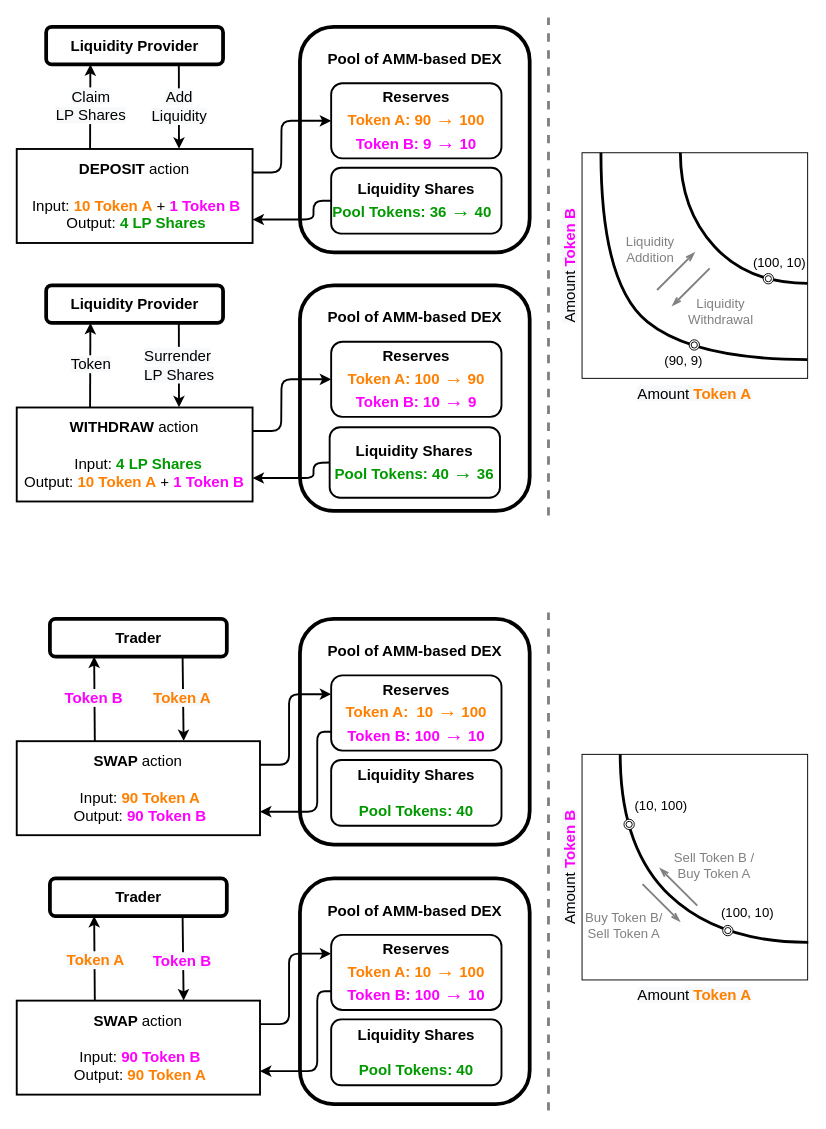
The draw.io diagram page "Page-2" (2 of 2) of assets/AMM mechanism.drawio in xujiahuayz/bondingcurves, before the edit. Source tidied: cells renumbered, new cells numbered last; positions are measured from the earlier drawing's top-left corner, leaving out a move shared by most shapes. Both pictures are drawn from the tidied source at 94%, with x=0, y=0 at pixel (16, 17).
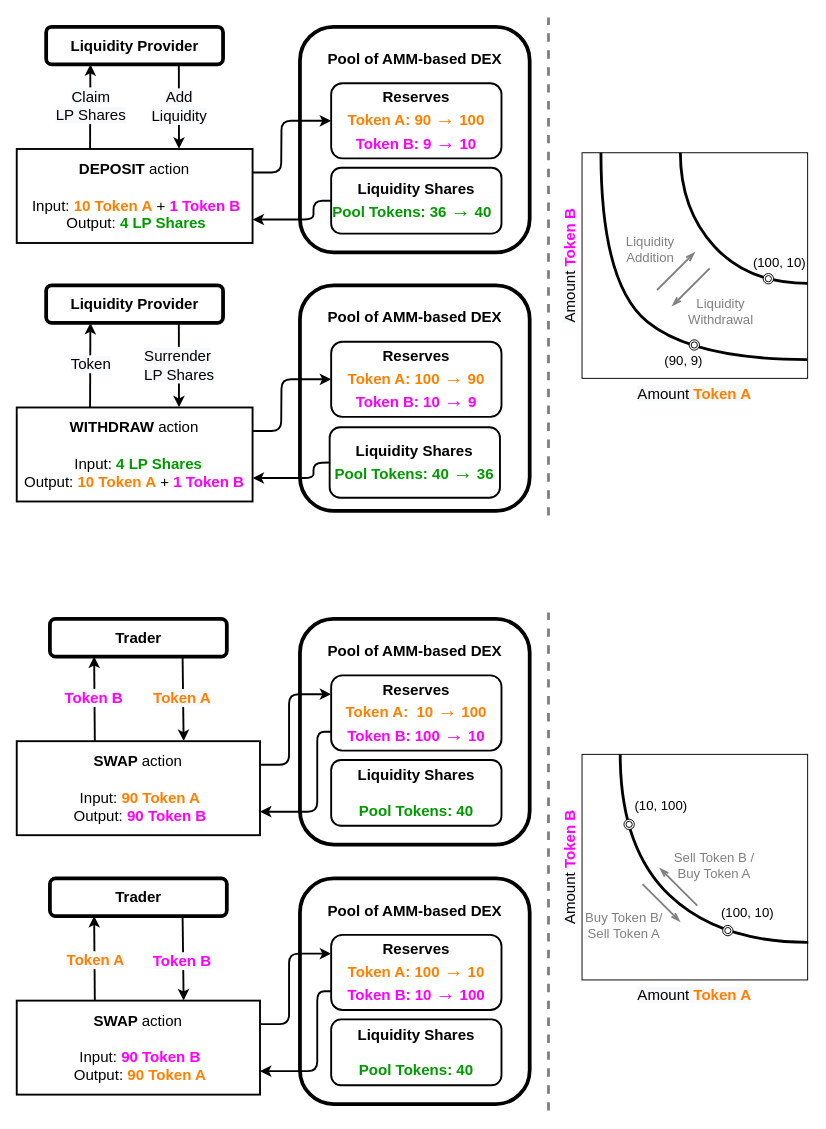
The same diagram, later.

Diff of the diagram source:
```diff
@@
-    <mxCell id="68" value="&lt;font&gt;&lt;b style=&quot;font-size: 16px&quot;&gt;Reserves&lt;/b&gt;&lt;br&gt;&lt;b style=&quot;font-size: 16px&quot;&gt;&lt;span style=&quot;color: rgb(255 , 128 , 0)&quot;&gt;Token A: 10&amp;nbsp;&lt;/span&gt;&lt;/b&gt;&lt;span style=&quot;font-family: &amp;#34;arial unicode ms&amp;#34; , &amp;#34;lucida sans unicode&amp;#34; , sans-serif&quot;&gt;&lt;font style=&quot;font-size: 21px&quot; color=&quot;#ff8000&quot;&gt;→&lt;/font&gt;&lt;/span&gt;&lt;b style=&quot;font-size: 16px&quot;&gt;&lt;span style=&quot;color: rgb(255 , 128 , 0)&quot;&gt;&amp;nbsp;100&lt;/span&gt;&lt;br&gt;&lt;font color=&quot;#ff00ff&quot; style=&quot;font-size: 16px&quot;&gt;Token B: 100&amp;nbsp;&lt;/font&gt;&lt;/b&gt;&lt;span style=&quot;font-family: &amp;#34;arial unicode ms&amp;#34; , &amp;#34;lucida sans unicode&amp;#34; , sans-serif&quot;&gt;&lt;font color=&quot;#ff00ff&quot; style=&quot;font-size: 21px&quot;&gt;→&lt;/font&gt;&lt;/span&gt;&lt;b style=&quot;font-size: 16px&quot;&gt;&lt;font color=&quot;#ff00ff&quot; style=&quot;font-size: 16px&quot;&gt;&amp;nbsp;10&lt;/font&gt;&lt;/b&gt;&lt;/font&gt;" style="rounded=1;whiteSpace=wrap;html=1;shadow=0;fontSize=16;strokeWidth=2;fillColor=none;gradientColor=none;" parent="1" vertex="1">
+    <mxCell id="68" value="&lt;font&gt;&lt;b style=&quot;font-size: 16px&quot;&gt;Reserves&lt;/b&gt;&lt;br&gt;&lt;b style=&quot;font-size: 16px&quot;&gt;&lt;span style=&quot;color: rgb(255 , 128 , 0)&quot;&gt;Token A: 100&amp;nbsp;&lt;/span&gt;&lt;/b&gt;&lt;span style=&quot;font-family: &amp;quot;arial unicode ms&amp;quot; , &amp;quot;lucida sans unicode&amp;quot; , sans-serif&quot;&gt;&lt;font style=&quot;font-size: 21px&quot; color=&quot;#ff8000&quot;&gt;→&lt;/font&gt;&lt;/span&gt;&lt;b style=&quot;font-size: 16px&quot;&gt;&lt;span style=&quot;color: rgb(255 , 128 , 0)&quot;&gt;&amp;nbsp;10&lt;/span&gt;&lt;br&gt;&lt;font color=&quot;#ff00ff&quot; style=&quot;font-size: 16px&quot;&gt;Token B: 10&amp;nbsp;&lt;/font&gt;&lt;/b&gt;&lt;span style=&quot;font-family: &amp;quot;arial unicode ms&amp;quot; , &amp;quot;lucida sans unicode&amp;quot; , sans-serif&quot;&gt;&lt;font color=&quot;#ff00ff&quot; style=&quot;font-size: 21px&quot;&gt;→&lt;/font&gt;&lt;/span&gt;&lt;b style=&quot;font-size: 16px&quot;&gt;&lt;font color=&quot;#ff00ff&quot; style=&quot;font-size: 16px&quot;&gt;&amp;nbsp;100&lt;/font&gt;&lt;/b&gt;&lt;/font&gt;" style="rounded=1;whiteSpace=wrap;html=1;shadow=0;fontSize=16;strokeWidth=2;fillColor=none;gradientColor=none;" parent="1" vertex="1">
       <mxGeometry x="334.8" y="976" width="181.2" height="80" as="geometry" />
     </mxCell>
```
